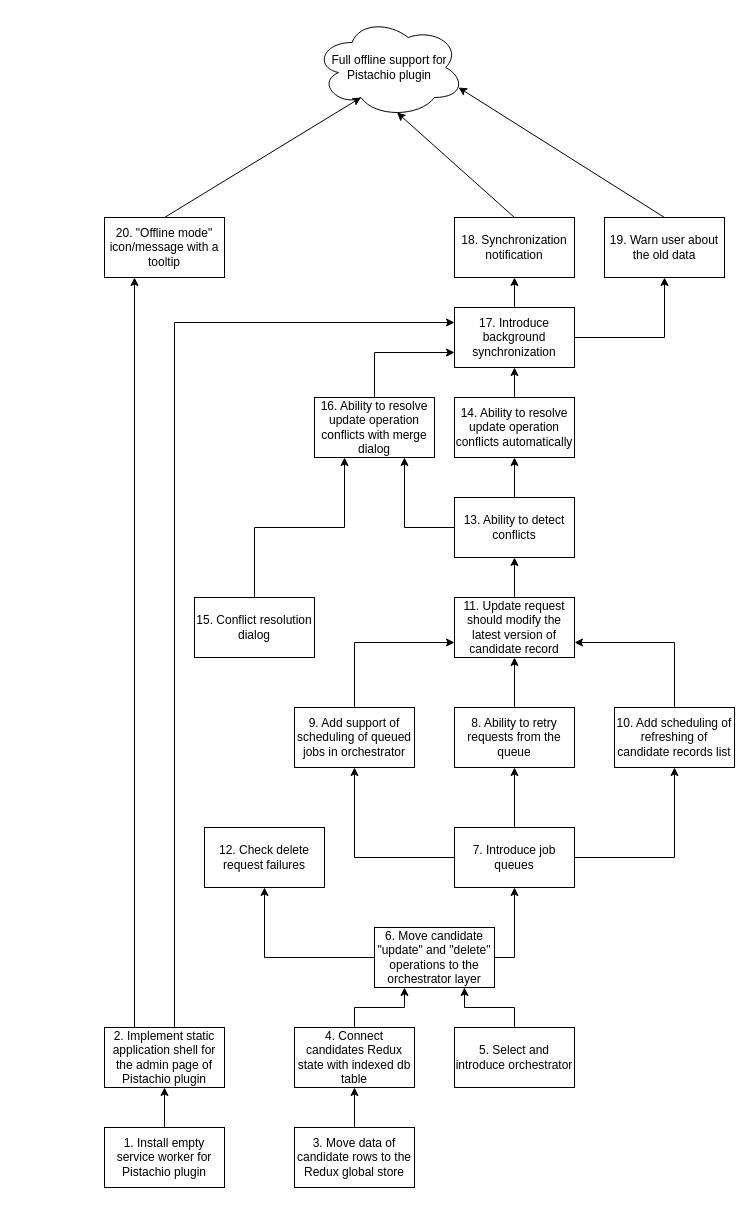
The draw.io diagram high-level/tasks_planning.drawio in AlexeyPopovUA/a8c-diagrams, before the edit. Source tidied: cells renumbered, new cells numbered last; positions are measured from the earlier drawing's top-left corner, leaving out a move shared by most shapes. Both pictures are drawn from the tidied source at 100%, with x=0, y=0 at pixel (104, 17).
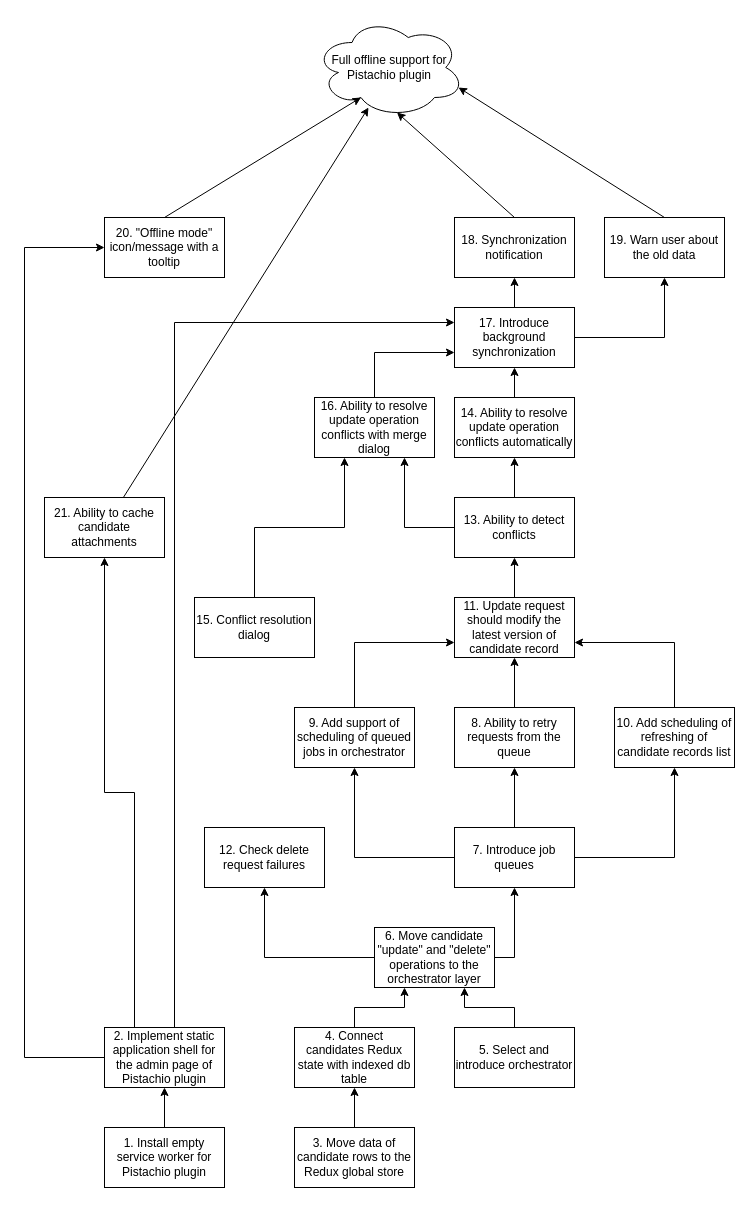
The same page after the edit.

Unchanged cells that the change refers to:
```xml
<mxCell id="2" value="Full offline support for Pistachio plugin" style="ellipse;shape=cloud;whiteSpace=wrap;html=1;" parent="1" vertex="1">
  <mxGeometry x="210" width="150" height="100" as="geometry" />
</mxCell>
<mxCell id="7" value="2. Implement static application shell for the admin page of Pistachio plugin" style="rounded=0;whiteSpace=wrap;html=1;" parent="1" vertex="1">
  <mxGeometry y="1010" width="120" height="60" as="geometry" />
</mxCell>
<mxCell id="47" value="20. &quot;Offline mode&quot; icon/message with a tooltip" style="rounded=0;whiteSpace=wrap;html=1;" parent="1" vertex="1">
  <mxGeometry y="200" width="120" height="60" as="geometry" />
</mxCell>
```

Change to the diagram source:
```diff
@@
-    <mxCell id="5" style="edgeStyle=orthogonalEdgeStyle;rounded=0;jettySize=auto;html=1;entryX=0.25;entryY=1;entryDx=0;entryDy=0;exitX=0.25;exitY=0;exitDx=0;exitDy=0;" parent="1" edge="1" source="7" target="47">
+    <mxCell id="5" style="edgeStyle=orthogonalEdgeStyle;rounded=0;jettySize=auto;html=1;entryX=0.5;entryY=1;entryDx=0;entryDy=0;exitX=0.25;exitY=0;exitDx=0;exitDy=0;" parent="1" edge="1" source="7" target="50">
       <mxGeometry relative="1" as="geometry" />
     </mxCell>
@@
+    <mxCell id="48" style="edgeStyle=orthogonalEdgeStyle;rounded=0;jettySize=auto;html=1;entryX=0;entryY=0.5;entryDx=0;entryDy=0;" parent="1" edge="1" source="7" target="47">
+      <mxGeometry relative="1" as="geometry">
+        <Array as="points">
+          <mxPoint x="-80" y="1040" />
+          <mxPoint x="-80" y="230" />
+        </Array>
+      </mxGeometry>
+    </mxCell>
@@
+    <mxCell id="49" style="rounded=0;jettySize=auto;html=1;entryX=0.36;entryY=0.9;entryDx=0;entryDy=0;entryPerimeter=0;" parent="1" edge="1" source="50" target="2">
+      <mxGeometry relative="1" as="geometry" />
+    </mxCell>
+    <mxCell id="50" value="21. Ability to cache candidate attachments" style="rounded=0;whiteSpace=wrap;html=1;" parent="1" vertex="1">
+      <mxGeometry x="-60" y="480" width="120" height="60" as="geometry" />
+    </mxCell>
```
